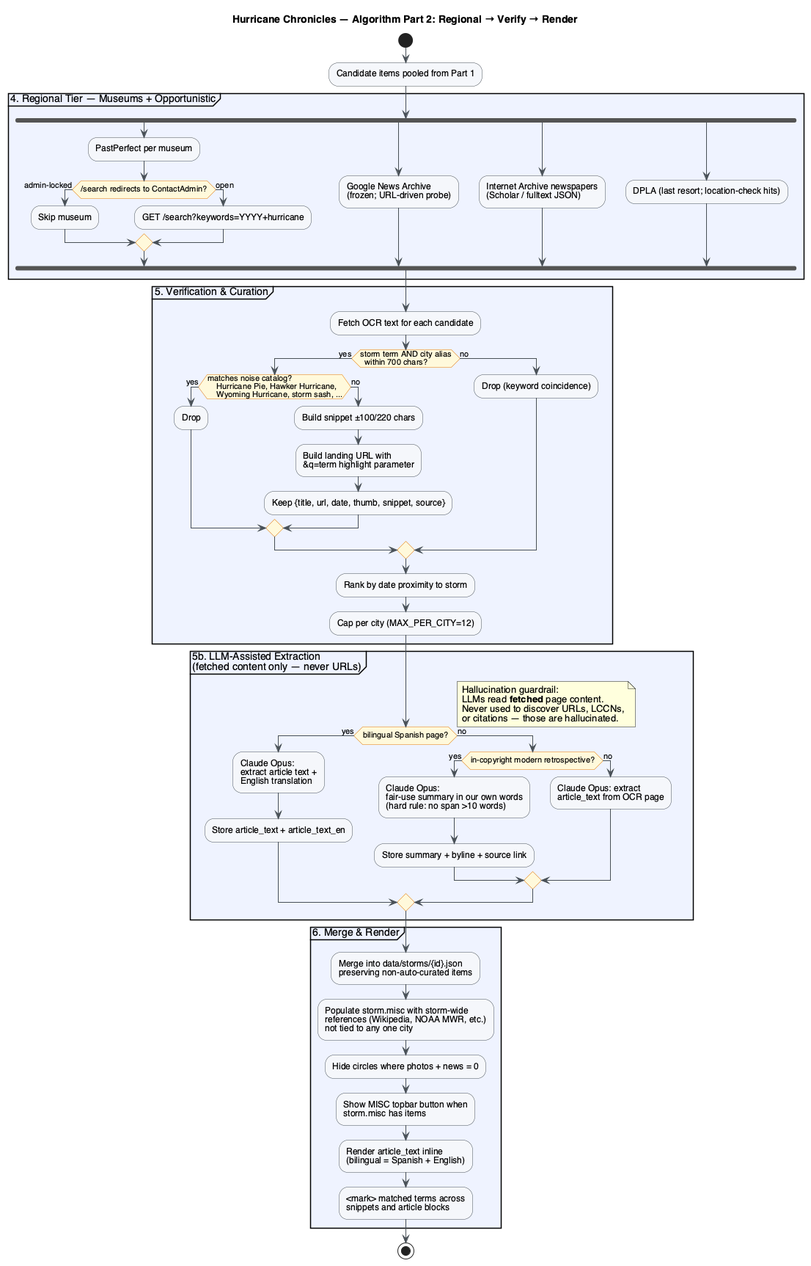
metaphorz/hurricanechronicles keeps this PlantUML diagram as docs/figures/algorithm_part2.png. Above is the earlier version.
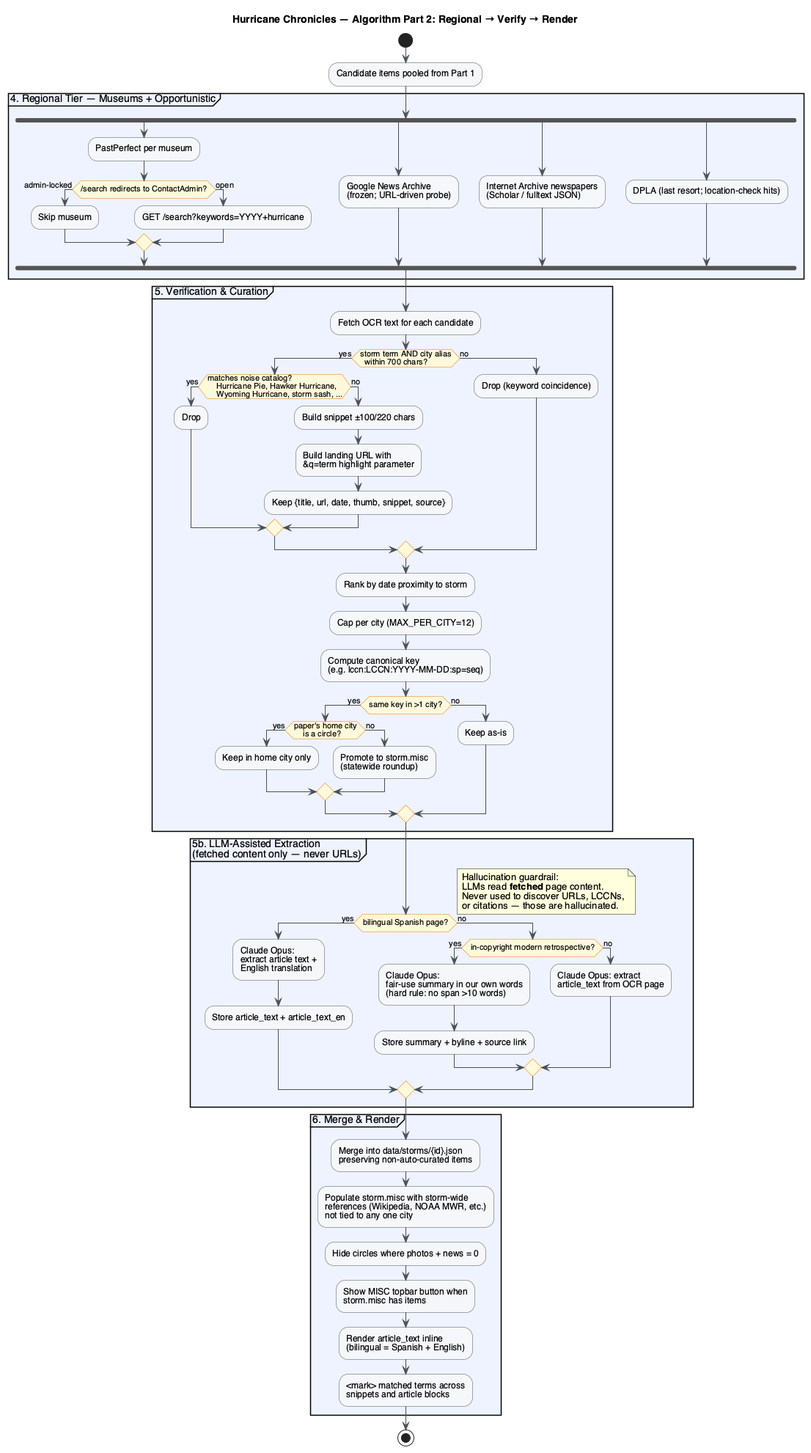
The same diagram one commit later.

Commit message:
Document cross-city dedupe + home-paper rule

What changed in the source:
```diff
@@ -51,6 +51,19 @@
   endif
   :Rank by date proximity to storm;
   :Cap per city (MAX_PER_CITY=12);
+  :Compute canonical key
+  (e.g. lccn:LCCN:YYYY-MM-DD:sp=seq);
+  if (same key in >1 city?) then (yes)
+    if (paper's home city
+    is a circle?) then (yes)
+      :Keep in home city only;
+    else (no)
+      :Promote to storm.misc
+      (statewide roundup);
+    endif
+  else (no)
+    :Keep as-is;
+  endif
 }
 
 partition "5b. LLM-Assisted Extraction\n(fetched content only — never URLs)" {
```
